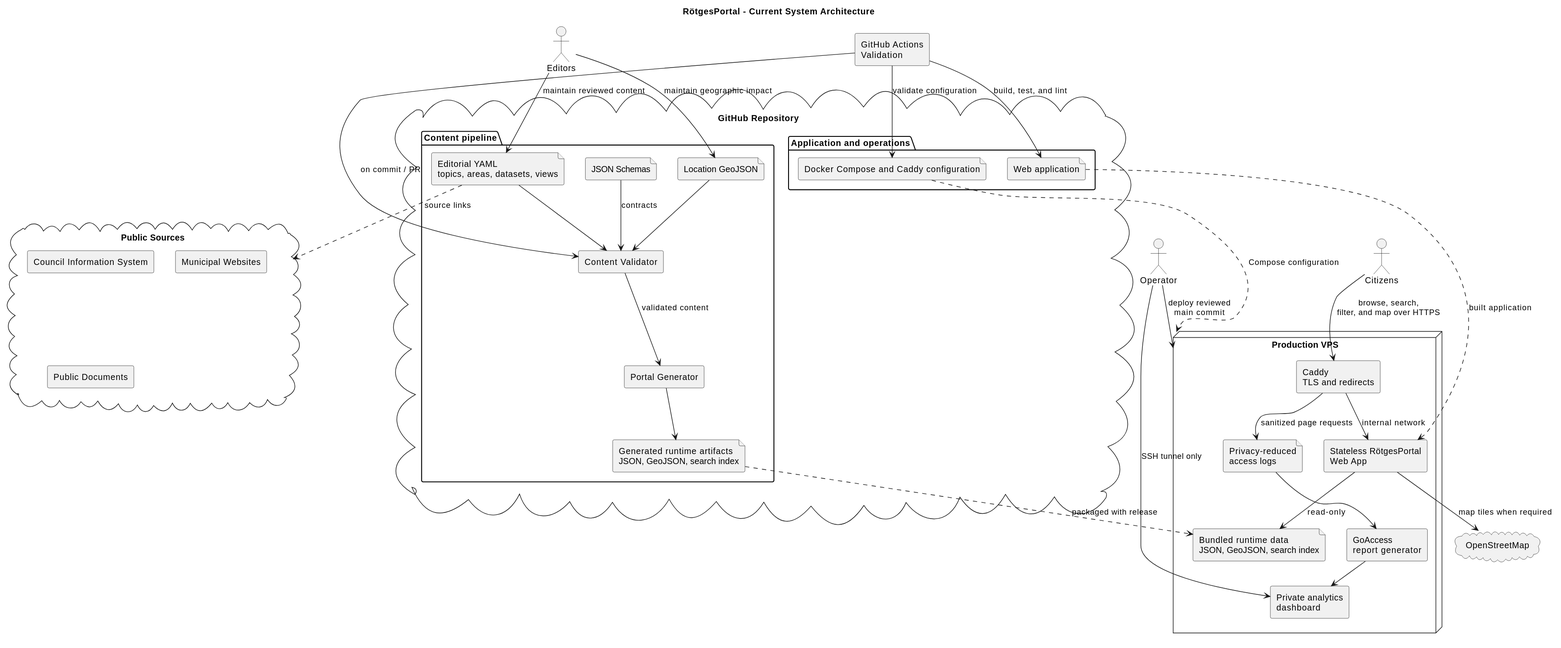
This is docs/architecture/system-architecture.svg from codeWithDEI/RoetgesPortal, a PlantUML export, as it was before one commit.
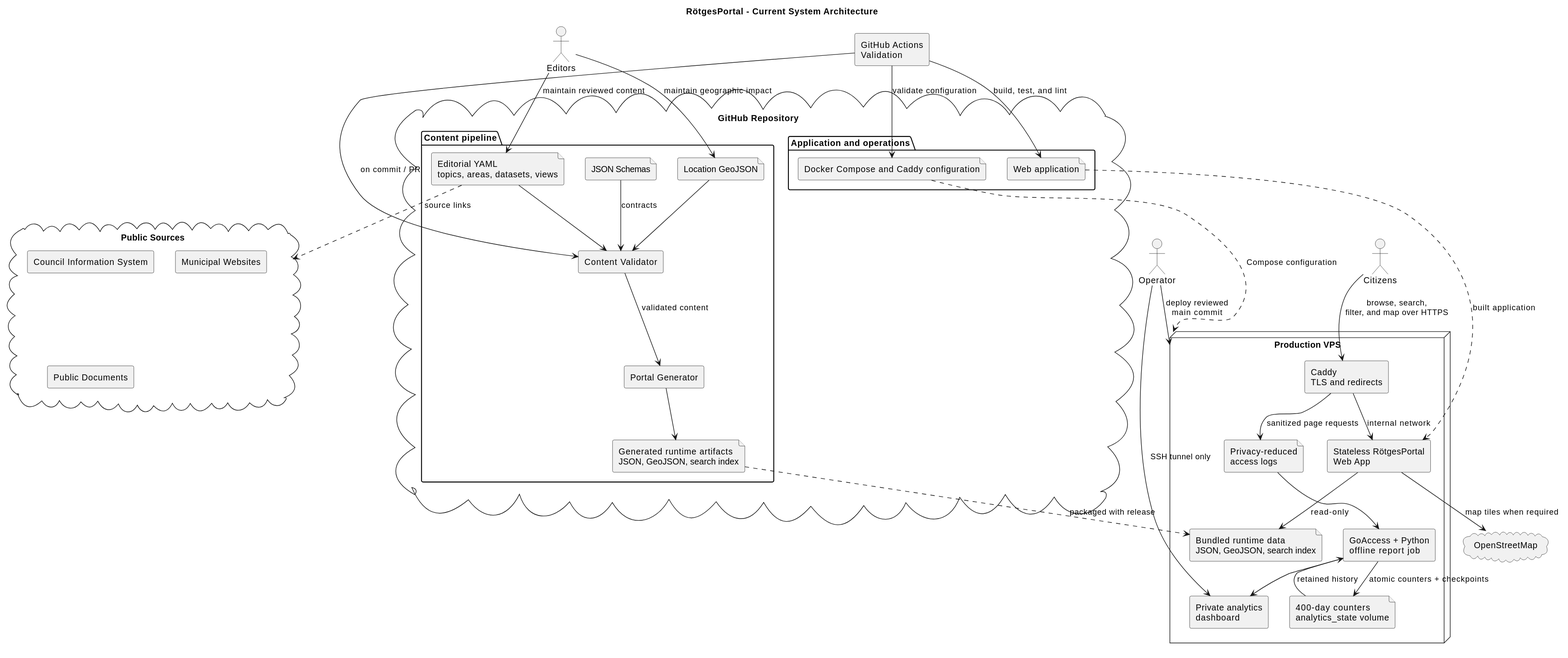
After the commit.

The edit, as a diff of the source:
```diff
@@ -33,7 +33,8 @@
   component "Stateless RötgesPortal\nWeb App" as Portal
   file "Bundled runtime data\nJSON, GeoJSON, search index" as RuntimeData
   file "Privacy-reduced\naccess logs" as AccessLogs
-  component "GoAccess\nreport generator" as Analytics
+  component "GoAccess + Python\noffline report job" as Analytics
+  file "400-day counters\nanalytics_state volume" as Counters
   component "Private analytics\ndashboard" as Dashboard
 }
 
@@ -66,6 +67,8 @@
 Portal --> OSM : map tiles when required
 Caddy --> AccessLogs : sanitized page requests
 AccessLogs --> Analytics
+Analytics --> Counters : atomic counters + checkpoints
+Counters --> Analytics : retained history
 Analytics --> Dashboard
 Operator --> Dashboard : SSH tunnel only
 
```
